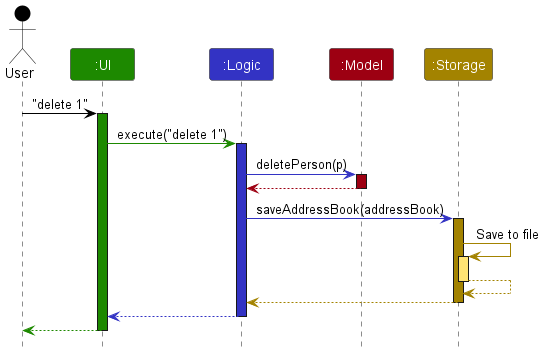
Earlier version of the PlantUML export docs/images/ArchitectureSequenceDiagram.png (nus-cs2103-AY2324S2/tp).
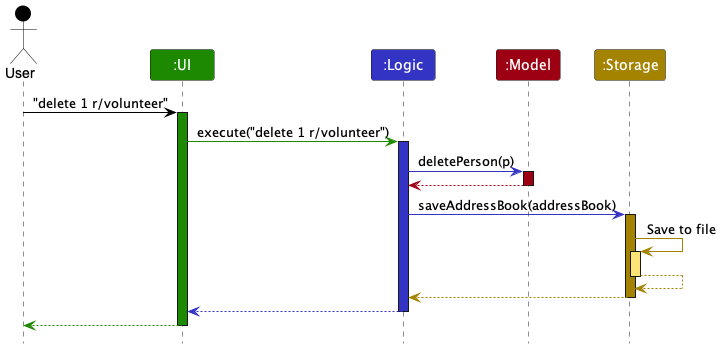
Above is the later version.

What changed in the source:
```diff
@@ -8,10 +8,10 @@
 Participant ":Model" as model MODEL_COLOR
 Participant ":Storage" as storage STORAGE_COLOR
 
-user -[USER_COLOR]> ui : "delete 1"
+user -[USER_COLOR]> ui : "delete 1 r/volunteer"
 activate ui UI_COLOR
 
-ui -[UI_COLOR]> logic : execute("delete 1")
+ui -[UI_COLOR]> logic : execute("delete 1 r/volunteer")
 activate logic LOGIC_COLOR
 
 logic -[LOGIC_COLOR]> model : deletePerson(p)
```
